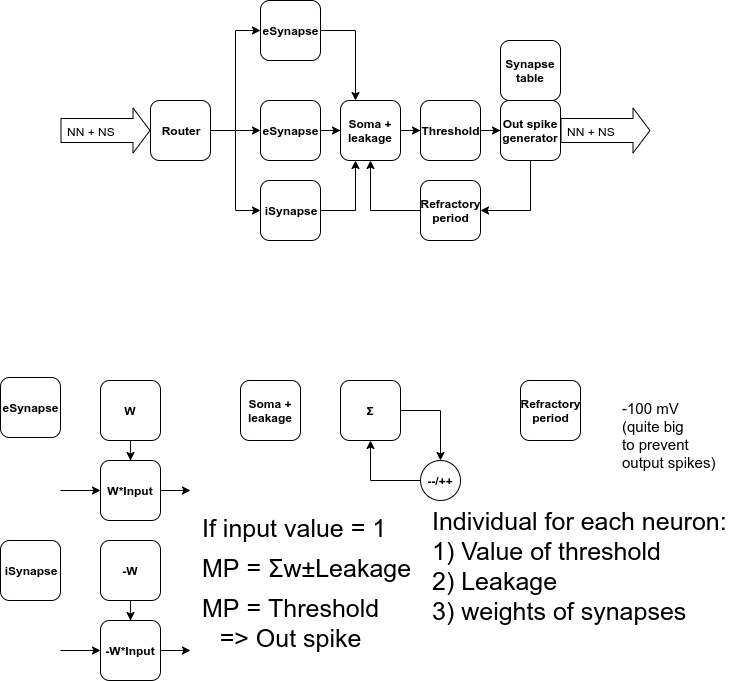
The draw.io diagram doc/diagram/sdn.png in research-team/memristive-spinal-cord, before a commit. Source tidied: cells renumbered, new cells last; positions are measured from the earlier drawing's top-left corner, leaving out a move shared by most shapes.
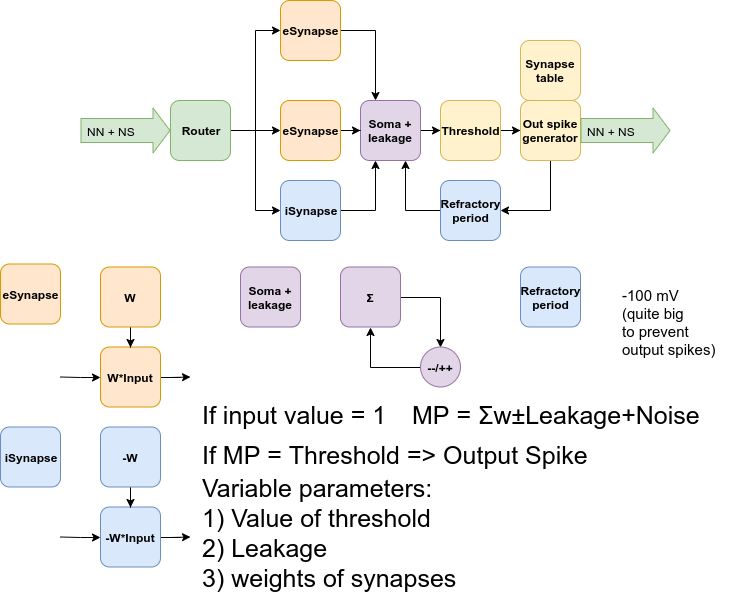
After the change.

Diff of the diagram source:
```diff
@@ -2,13 +2,13 @@
   <root>
     <mxCell id="0" />
     <mxCell id="1" parent="0" />
-    <mxCell id="2" style="shape=flexArrow;endArrow=classic;html=1;width=24;endSize=5.33;" parent="1" edge="1">
+    <mxCell id="2" style="shape=flexArrow;endArrow=classic;html=1;width=24;endSize=5.33;fillColor=#d5e8d4;strokeColor=#82b366;" parent="1" edge="1">
       <mxGeometry relative="1" as="geometry">
-        <mxPoint x="60" y="130" as="sourcePoint" />
-        <mxPoint x="150" y="130" as="targetPoint" />
+        <mxPoint x="80" y="243.5" as="sourcePoint" />
+        <mxPoint x="170" y="243.5" as="targetPoint" />
       </mxGeometry>
     </mxCell>
-    <mxCell id="3" value="NN + NS" style="text;html=1;align=center;verticalAlign=middle;labelBackgroundColor=#ffffff;" parent="2" vertex="1">
+    <mxCell id="3" value="NN + NS" style="text;html=1;align=center;verticalAlign=middle;labelBackgroundColor=none;" parent="2" vertex="1">
       <mxGeometry x="-0.64" y="2" relative="1" as="geometry">
         <mxPoint x="14" y="2" as="offset" />
       </mxGeometry>
@@ -22,58 +22,58 @@
     <mxCell id="6" style="edgeStyle=orthogonalEdgeStyle;rounded=0;jettySize=auto;html=1;entryX=0;entryY=0.5;entryDx=0;entryDy=0;" parent="1" edge="1" source="7" target="32">
       <mxGeometry relative="1" as="geometry" />
     </mxCell>
-    <mxCell id="7" value="&lt;b&gt;Router&lt;/b&gt;" style="rounded=1;whiteSpace=wrap;html=1;" parent="1" vertex="1">
-      <mxGeometry x="150" y="100" width="60" height="60" as="geometry" />
+    <mxCell id="7" value="&lt;b&gt;Router&lt;/b&gt;" style="rounded=1;whiteSpace=wrap;html=1;fillColor=#d5e8d4;strokeColor=#82b366;" parent="1" vertex="1">
+      <mxGeometry x="170" y="213.5" width="60" height="60" as="geometry" />
     </mxCell>
     <mxCell id="8" style="edgeStyle=orthogonalEdgeStyle;rounded=0;jettySize=auto;html=1;entryX=0.25;entryY=0;entryDx=0;entryDy=0;" parent="1" edge="1" source="9" target="11">
       <mxGeometry relative="1" as="geometry" />
     </mxCell>
-    <mxCell id="9" value="&lt;b&gt;eSynapse&lt;/b&gt;" style="rounded=1;whiteSpace=wrap;html=1;" parent="1" vertex="1">
-      <mxGeometry x="260" width="60" height="60" as="geometry" />
+    <mxCell id="9" value="&lt;b&gt;eSynapse&lt;/b&gt;" style="rounded=1;whiteSpace=wrap;html=1;fillColor=#ffe6cc;strokeColor=#d79b00;" parent="1" vertex="1">
+      <mxGeometry x="280" y="113.5" width="60" height="60" as="geometry" />
     </mxCell>
     <mxCell id="10" style="edgeStyle=orthogonalEdgeStyle;rounded=0;jettySize=auto;html=1;" parent="1" edge="1" source="11" target="13">
       <mxGeometry relative="1" as="geometry" />
     </mxCell>
-    <mxCell id="11" value="&lt;b&gt;Soma + leakage&lt;/b&gt;" style="rounded=1;whiteSpace=wrap;html=1;" parent="1" vertex="1">
-      <mxGeometry x="340" y="100" width="60" height="60" as="geometry" />
+    <mxCell id="11" value="&lt;b&gt;Soma + leakage&lt;/b&gt;" style="rounded=1;whiteSpace=wrap;html=1;fillColor=#e1d5e7;strokeColor=#9673a6;" parent="1" vertex="1">
+      <mxGeometry x="360" y="213.5" width="60" height="60" as="geometry" />
     </mxCell>
     <mxCell id="12" style="edgeStyle=orthogonalEdgeStyle;rounded=0;jettySize=auto;html=1;" parent="1" edge="1" source="13" target="15">
       <mxGeometry relative="1" as="geometry" />
     </mxCell>
-    <mxCell id="13" value="&lt;b&gt;Threshold&lt;/b&gt;" style="rounded=1;whiteSpace=wrap;html=1;" parent="1" vertex="1">
-      <mxGeometry x="420" y="100" width="60" height="60" as="geometry" />
+    <mxCell id="13" value="&lt;b&gt;Threshold&lt;/b&gt;" style="rounded=1;whiteSpace=wrap;html=1;fillColor=#fff2cc;strokeColor=#d6b656;" parent="1" vertex="1">
+      <mxGeometry x="440" y="213.5" width="60" height="60" as="geometry" />
     </mxCell>
     <mxCell id="14" style="edgeStyle=orthogonalEdgeStyle;rounded=0;jettySize=auto;html=1;entryX=1;entryY=0.5;entryDx=0;entryDy=0;" parent="1" edge="1" source="15" target="17">
       <mxGeometry relative="1" as="geometry">
         <Array as="points">
-          <mxPoint x="530" y="210" />
+          <mxPoint x="550" y="323.5" />
         </Array>
       </mxGeometry>
     </mxCell>
-    <mxCell id="15" value="&lt;b&gt;Out spike generator&lt;/b&gt;" style="rounded=1;whiteSpace=wrap;html=1;" parent="1" vertex="1">
-      <mxGeometry x="500" y="100" width="60" height="60" as="geometry" />
+    <mxCell id="15" value="&lt;b&gt;Out spike generator&lt;/b&gt;" style="rounded=1;whiteSpace=wrap;html=1;fillColor=#fff2cc;strokeColor=#d6b656;" parent="1" vertex="1">
+      <mxGeometry x="520" y="213.5" width="60" height="60" as="geometry" />
     </mxCell>
-    <mxCell id="16" style="edgeStyle=orthogonalEdgeStyle;rounded=0;jettySize=auto;html=1;entryX=0.5;entryY=1;entryDx=0;entryDy=0;" parent="1" edge="1" source="17" target="11">
+    <mxCell id="16" style="edgeStyle=orthogonalEdgeStyle;rounded=0;jettySize=auto;html=1;entryX=0.75;entryY=1;entryDx=0;entryDy=0;" parent="1" edge="1" source="17" target="11">
       <mxGeometry relative="1" as="geometry" />
     </mxCell>
-    <mxCell id="17" value="&lt;b&gt;Refractory period&lt;br&gt;&lt;/b&gt;" style="rounded=1;whiteSpace=wrap;html=1;" parent="1" vertex="1">
-      <mxGeometry x="420" y="180" width="60" height="60" as="geometry" />
+    <mxCell id="17" value="&lt;b&gt;Refractory period&lt;br&gt;&lt;/b&gt;" style="rounded=1;whiteSpace=wrap;html=1;fillColor=#dae8fc;strokeColor=#6c8ebf;" parent="1" vertex="1">
+      <mxGeometry x="440" y="293.5" width="60" height="60" as="geometry" />
     </mxCell>
     <mxCell id="18" style="edgeStyle=orthogonalEdgeStyle;rounded=0;jettySize=auto;html=1;" parent="1" edge="1" source="19">
       <mxGeometry relative="1" as="geometry">
         <mxPoint x="190" y="490" as="targetPoint" />
       </mxGeometry>
     </mxCell>
-    <mxCell id="19" value="&lt;b&gt;W*Input&lt;/b&gt;" style="rounded=1;whiteSpace=wrap;html=1;" parent="1" vertex="1">
+    <mxCell id="19" value="&lt;b&gt;W*Input&lt;/b&gt;" style="rounded=1;whiteSpace=wrap;html=1;fillColor=#ffe6cc;strokeColor=#d79b00;" parent="1" vertex="1">
       <mxGeometry x="100" y="460" width="60" height="60" as="geometry" />
     </mxCell>
     <mxCell id="20" style="edgeStyle=orthogonalEdgeStyle;rounded=0;jettySize=auto;html=1;entryX=0.5;entryY=0;entryDx=0;entryDy=0;" parent="1" edge="1" source="21" target="19">
       <mxGeometry relative="1" as="geometry" />
     </mxCell>
-    <mxCell id="21" value="&lt;b&gt;W&lt;/b&gt;" style="rounded=1;whiteSpace=wrap;html=1;" parent="1" vertex="1">
+    <mxCell id="21" value="&lt;b&gt;W&lt;/b&gt;" style="rounded=1;whiteSpace=wrap;html=1;fillColor=#ffe6cc;strokeColor=#d79b00;" parent="1" vertex="1">
       <mxGeometry x="100" y="380" width="60" height="60" as="geometry" />
     </mxCell>
-    <mxCell id="22" value="&lt;b&gt;eSynapse&lt;/b&gt;" style="rounded=1;whiteSpace=wrap;html=1;" parent="1" vertex="1">
+    <mxCell id="22" value="&lt;b&gt;eSynapse&lt;/b&gt;" style="rounded=1;whiteSpace=wrap;html=1;fillColor=#ffe6cc;strokeColor=#d79b00;" parent="1" vertex="1">
       <mxGeometry y="377" width="60" height="60" as="geometry" />
     </mxCell>
     <mxCell id="23" style="edgeStyle=orthogonalEdgeStyle;rounded=0;jettySize=auto;html=1;entryX=0;entryY=0.5;entryDx=0;entryDy=0;" parent="1" edge="1" target="19">
@@ -81,48 +81,48 @@
         <mxPoint x="60" y="490" as="sourcePoint" />
       </mxGeometry>
     </mxCell>
-    <mxCell id="24" value="&lt;b&gt;Soma + leakage&lt;/b&gt;" style="rounded=1;whiteSpace=wrap;html=1;" parent="1" vertex="1">
+    <mxCell id="24" value="&lt;b&gt;Soma + leakage&lt;/b&gt;" style="rounded=1;whiteSpace=wrap;html=1;fillColor=#e1d5e7;strokeColor=#9673a6;" parent="1" vertex="1">
       <mxGeometry x="240" y="380" width="60" height="60" as="geometry" />
     </mxCell>
     <mxCell id="25" style="edgeStyle=orthogonalEdgeStyle;rounded=0;jettySize=auto;html=1;entryX=0.5;entryY=0;entryDx=0;entryDy=0;" parent="1" edge="1" source="26" target="28">
       <mxGeometry relative="1" as="geometry" />
     </mxCell>
-    <mxCell id="26" value="&lt;b&gt;Σ&lt;/b&gt;" style="rounded=1;whiteSpace=wrap;html=1;" parent="1" vertex="1">
+    <mxCell id="26" value="&lt;b&gt;Σ&lt;/b&gt;" style="rounded=1;whiteSpace=wrap;html=1;fillColor=#e1d5e7;strokeColor=#9673a6;" parent="1" vertex="1">
       <mxGeometry x="340" y="380" width="60" height="60" as="geometry" />
     </mxCell>
     <mxCell id="27" style="edgeStyle=orthogonalEdgeStyle;rounded=0;jettySize=auto;html=1;entryX=0.5;entryY=1;entryDx=0;entryDy=0;" parent="1" edge="1" source="28" target="26">
       <mxGeometry relative="1" as="geometry" />
     </mxCell>
-    <mxCell id="28" value="&lt;b&gt;--/++&lt;/b&gt;" style="ellipse;whiteSpace=wrap;html=1;" parent="1" vertex="1">
+    <mxCell id="28" value="&lt;b&gt;--/++&lt;/b&gt;" style="ellipse;whiteSpace=wrap;html=1;fillColor=#e1d5e7;strokeColor=#9673a6;" parent="1" vertex="1">
       <mxGeometry x="420" y="460" width="40" height="40" as="geometry" />
     </mxCell>
     <mxCell id="29" style="edgeStyle=orthogonalEdgeStyle;rounded=0;jettySize=auto;html=1;entryX=0;entryY=0.5;entryDx=0;entryDy=0;" parent="1" edge="1" source="30" target="11">
       <mxGeometry relative="1" as="geometry" />
     </mxCell>
-    <mxCell id="30" value="&lt;b&gt;eSynapse&lt;/b&gt;" style="rounded=1;whiteSpace=wrap;html=1;" parent="1" vertex="1">
-      <mxGeometry x="260" y="100" width="60" height="60" as="geometry" />
+    <mxCell id="30" value="&lt;b&gt;eSynapse&lt;/b&gt;" style="rounded=1;whiteSpace=wrap;html=1;fillColor=#ffe6cc;strokeColor=#d79b00;" parent="1" vertex="1">
+      <mxGeometry x="280" y="213.5" width="60" height="60" as="geometry" />
     </mxCell>
     <mxCell id="31" style="edgeStyle=orthogonalEdgeStyle;rounded=0;jettySize=auto;html=1;entryX=0.25;entryY=1;entryDx=0;entryDy=0;" parent="1" edge="1" source="32" target="11">
       <mxGeometry relative="1" as="geometry" />
     </mxCell>
-    <mxCell id="32" value="&lt;b&gt;iSynapse&lt;/b&gt;" style="rounded=1;whiteSpace=wrap;html=1;" parent="1" vertex="1">
-      <mxGeometry x="260" y="180" width="60" height="60" as="geometry" />
+    <mxCell id="32" value="&lt;b&gt;iSynapse&lt;/b&gt;" style="rounded=1;whiteSpace=wrap;html=1;fillColor=#dae8fc;strokeColor=#6c8ebf;" parent="1" vertex="1">
+      <mxGeometry x="280" y="293.5" width="60" height="60" as="geometry" />
     </mxCell>
-    <mxCell id="33" style="shape=flexArrow;endArrow=classic;html=1;width=24;endSize=5.33;" parent="1" edge="1">
+    <mxCell id="33" style="shape=flexArrow;endArrow=classic;html=1;width=24;endSize=5.33;fillColor=#d5e8d4;strokeColor=#82b366;" parent="1" edge="1">
       <mxGeometry relative="1" as="geometry">
-        <mxPoint x="560" y="130" as="sourcePoint" />
-        <mxPoint x="650" y="130" as="targetPoint" />
+        <mxPoint x="580" y="243.5" as="sourcePoint" />
+        <mxPoint x="670" y="243.5" as="targetPoint" />
       </mxGeometry>
     </mxCell>
-    <mxCell id="34" value="NN + NS" style="text;html=1;align=center;verticalAlign=middle;labelBackgroundColor=#ffffff;" parent="33" vertex="1">
+    <mxCell id="34" value="NN + NS" style="text;html=1;align=center;verticalAlign=middle;labelBackgroundColor=none;" parent="33" vertex="1">
       <mxGeometry x="-0.64" y="2" relative="1" as="geometry">
         <mxPoint x="14" y="2" as="offset" />
       </mxGeometry>
     </mxCell>
-    <mxCell id="35" value="&lt;b&gt;Synapse table&lt;/b&gt;" style="rounded=1;whiteSpace=wrap;html=1;" parent="1" vertex="1">
-      <mxGeometry x="500" y="40" width="60" height="60" as="geometry" />
+    <mxCell id="35" value="&lt;b&gt;Synapse table&lt;/b&gt;" style="rounded=1;whiteSpace=wrap;html=1;fillColor=#fff2cc;strokeColor=#d6b656;" parent="1" vertex="1">
+      <mxGeometry x="520" y="153.5" width="60" height="60" as="geometry" />
     </mxCell>
-    <mxCell id="36" value="&lt;b&gt;Refractory period&lt;br&gt;&lt;/b&gt;" style="rounded=1;whiteSpace=wrap;html=1;" parent="1" vertex="1">
+    <mxCell id="36" value="&lt;b&gt;Refractory period&lt;br&gt;&lt;/b&gt;" style="rounded=1;whiteSpace=wrap;html=1;fillColor=#dae8fc;strokeColor=#6c8ebf;" parent="1" vertex="1">
       <mxGeometry x="520" y="380" width="60" height="60" as="geometry" />
     </mxCell>
     <mxCell id="37" value="-100 mV &lt;br&gt;(quite big &lt;br&gt;to prevent &lt;br&gt;output spikes)" style="text;html=1;align=left;verticalAlign=top;spacingTop=-4;fontSize=15;" parent="1" vertex="1">
@@ -133,16 +133,16 @@
         <mxPoint x="190" y="650" as="targetPoint" />
       </mxGeometry>
     </mxCell>
-    <mxCell id="39" value="&lt;b&gt;-W*Input&lt;/b&gt;" style="rounded=1;whiteSpace=wrap;html=1;" parent="1" vertex="1">
+    <mxCell id="39" value="&lt;b&gt;-W*Input&lt;/b&gt;" style="rounded=1;whiteSpace=wrap;html=1;fillColor=#dae8fc;strokeColor=#6c8ebf;" parent="1" vertex="1">
       <mxGeometry x="100" y="620" width="60" height="60" as="geometry" />
     </mxCell>
     <mxCell id="40" style="edgeStyle=orthogonalEdgeStyle;rounded=0;jettySize=auto;html=1;entryX=0.5;entryY=0;entryDx=0;entryDy=0;" parent="1" edge="1" source="41" target="39">
       <mxGeometry relative="1" as="geometry" />
     </mxCell>
-    <mxCell id="41" value="&lt;b&gt;-W&lt;/b&gt;" style="rounded=1;whiteSpace=wrap;html=1;" parent="1" vertex="1">
+    <mxCell id="41" value="&lt;b&gt;-W&lt;/b&gt;" style="rounded=1;whiteSpace=wrap;html=1;fillColor=#dae8fc;strokeColor=#6c8ebf;" parent="1" vertex="1">
       <mxGeometry x="100" y="540" width="60" height="60" as="geometry" />
     </mxCell>
-    <mxCell id="42" value="&lt;b&gt;iSynapse&lt;/b&gt;" style="rounded=1;whiteSpace=wrap;html=1;" parent="1" vertex="1">
+    <mxCell id="42" value="&lt;b&gt;iSynapse&lt;/b&gt;" style="rounded=1;whiteSpace=wrap;html=1;fillColor=#dae8fc;strokeColor=#6c8ebf;" parent="1" vertex="1">
       <mxGeometry y="540" width="60" height="60" as="geometry" />
     </mxCell>
     <mxCell id="43" style="edgeStyle=orthogonalEdgeStyle;rounded=0;jettySize=auto;html=1;entryX=0;entryY=0.5;entryDx=0;entryDy=0;" parent="1" edge="1" target="39">
@@ -150,17 +150,17 @@
         <mxPoint x="60" y="650" as="sourcePoint" />
       </mxGeometry>
     </mxCell>
-    <mxCell id="44" value="MP =&amp;nbsp;&lt;span style=&quot;text-align: center ; white-space: normal ; font-size: 25px&quot;&gt;&lt;font style=&quot;font-size: 25px&quot;&gt;Σ&lt;/font&gt;&lt;/span&gt;w±Leakage" style="text;html=1;align=left;verticalAlign=top;spacingTop=-4;fontSize=25;" parent="1" vertex="1">
-      <mxGeometry x="200" y="550" width="220" height="30" as="geometry" />
+    <mxCell id="44" value="MP =&amp;nbsp;&lt;span style=&quot;text-align: center ; white-space: normal ; font-size: 25px&quot;&gt;&lt;font style=&quot;font-size: 25px&quot;&gt;Σ&lt;/font&gt;&lt;/span&gt;w±Leakage+Noise" style="text;html=1;align=left;verticalAlign=top;spacingTop=-4;fontSize=25;" parent="1" vertex="1">
+      <mxGeometry x="410" y="510" width="300" height="30" as="geometry" />
     </mxCell>
-    <mxCell id="45" value="&lt;div style=&quot;text-align: center&quot;&gt;&lt;span&gt;MP = &lt;span style=&quot;white-space: normal&quot;&gt;Threshold&amp;nbsp;&lt;/span&gt;&lt;/span&gt;&lt;/div&gt;&lt;div style=&quot;text-align: center&quot;&gt;&lt;span&gt;&lt;span style=&quot;white-space: normal&quot;&gt;=&amp;gt; Out spike&amp;nbsp;&lt;/span&gt;&lt;/span&gt;&lt;/div&gt;" style="text;html=1;align=left;verticalAlign=top;spacingTop=-4;fontSize=25;" parent="1" vertex="1">
-      <mxGeometry x="200" y="590" width="200" height="60" as="geometry" />
-    </mxCell>
-    <mxCell id="46" value="Individual for each neuron:&lt;br&gt;1) Value of threshold&lt;br&gt;2) Leakage&amp;nbsp;&lt;br&gt;3) weights of synapses" style="text;html=1;align=left;verticalAlign=top;spacingTop=-4;fontSize=25;" parent="1" vertex="1">
-      <mxGeometry x="430" y="502.5" width="310" height="120" as="geometry" />
+    <mxCell id="46" value="Variable parameters:&lt;br&gt;1) Value of threshold&lt;br&gt;2) Leakage&amp;nbsp;&lt;br&gt;3) weights of synapses" style="text;html=1;align=left;verticalAlign=top;spacingTop=-4;fontSize=25;" parent="1" vertex="1">
+      <mxGeometry x="200" y="583.5" width="270" height="120" as="geometry" />
     </mxCell>
     <mxCell id="47" value="If input value = 1" style="text;html=1;align=left;verticalAlign=top;spacingTop=-4;fontSize=25;" parent="1" vertex="1">
       <mxGeometry x="200" y="510" width="200" height="30" as="geometry" />
     </mxCell>
+    <mxCell id="48" value="&lt;font style=&quot;font-size: 25px&quot;&gt;If MP = Threshold =&amp;gt; Output Spike&lt;/font&gt;" style="text;html=1;align=left;verticalAlign=top;spacingTop=-4;" parent="1" vertex="1">
+      <mxGeometry x="200" y="550" width="400" height="20" as="geometry" />
+    </mxCell>
   </root>
 </mxGraphModel>
```
